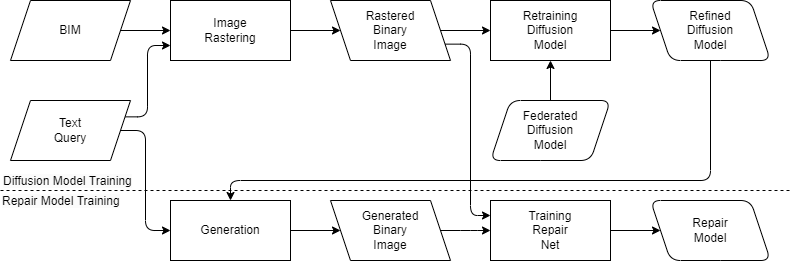
Before: images/repaired_binary_model_train.drawio.png, a diagram exported from draw.io (AI4SC/bim-diffusion-models). Source tidied: cells renumbered, new cells last; positions are measured from the earlier drawing's top-left corner, leaving out a move shared by most shapes.
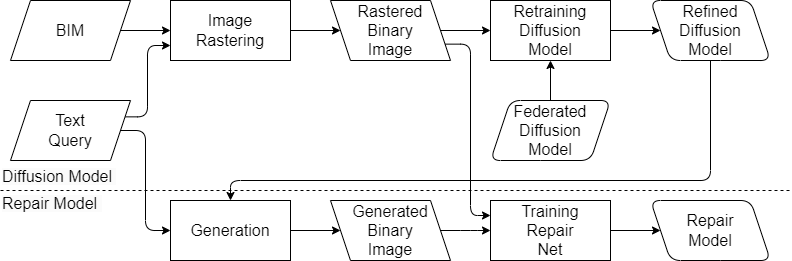
After the commit.

What changed in the source:
```diff
@@ -2,100 +2,100 @@
   <root>
     <mxCell id="0" />
     <mxCell id="1" parent="0" />
-    <mxCell id="2" style="edgeStyle=elbowEdgeStyle;html=1;exitX=1;exitY=0.25;exitDx=0;exitDy=0;entryX=0;entryY=0.75;entryDx=0;entryDy=0;" parent="1" edge="1" source="3" target="5">
+    <mxCell id="2" style="edgeStyle=elbowEdgeStyle;html=1;exitX=1;exitY=0.25;exitDx=0;exitDy=0;entryX=0;entryY=0.75;entryDx=0;entryDy=0;fontSize=16;" parent="1" edge="1" source="3" target="5">
       <mxGeometry relative="1" as="geometry" />
     </mxCell>
-    <mxCell id="3" value="Text&lt;br&gt;Query" style="shape=parallelogram;perimeter=parallelogramPerimeter;whiteSpace=wrap;html=1;fixedSize=1;" parent="1" vertex="1">
+    <mxCell id="3" value="Text&lt;br style=&quot;font-size: 16px;&quot;&gt;Query" style="shape=parallelogram;perimeter=parallelogramPerimeter;whiteSpace=wrap;html=1;fixedSize=1;fontSize=16;" parent="1" vertex="1">
       <mxGeometry x="10" y="100" width="120" height="60" as="geometry" />
     </mxCell>
-    <mxCell id="4" value="Rastered&lt;br&gt;Binary&lt;br&gt;Image" style="shape=parallelogram;perimeter=parallelogramPerimeter;whiteSpace=wrap;html=1;fixedSize=1;flipH=1;" parent="1" vertex="1">
+    <mxCell id="4" value="Rastered&lt;br style=&quot;font-size: 16px;&quot;&gt;Binary&lt;br style=&quot;font-size: 16px;&quot;&gt;Image" style="shape=parallelogram;perimeter=parallelogramPerimeter;whiteSpace=wrap;html=1;fixedSize=1;flipH=1;fontSize=16;" parent="1" vertex="1">
       <mxGeometry x="330" width="120" height="60" as="geometry" />
     </mxCell>
-    <mxCell id="5" value="Image&lt;br style=&quot;border-color: var(--border-color);&quot;&gt;Rastering" style="rounded=0;whiteSpace=wrap;html=1;" parent="1" vertex="1">
+    <mxCell id="5" value="Image&lt;br style=&quot;border-color: var(--border-color); font-size: 16px;&quot;&gt;Rastering" style="rounded=0;whiteSpace=wrap;html=1;fontSize=16;" parent="1" vertex="1">
       <mxGeometry x="170" width="120" height="60" as="geometry" />
     </mxCell>
-    <mxCell id="6" value="Refined&lt;br&gt;Diffusion&lt;br style=&quot;border-color: var(--border-color);&quot;&gt;Model" style="shape=parallelogram;perimeter=parallelogramPerimeter;whiteSpace=wrap;html=1;fixedSize=1;flipH=1;rounded=1;" parent="1" vertex="1">
+    <mxCell id="6" value="Refined&lt;br style=&quot;font-size: 16px;&quot;&gt;Diffusion&lt;br style=&quot;border-color: var(--border-color); font-size: 16px;&quot;&gt;Model" style="shape=parallelogram;perimeter=parallelogramPerimeter;whiteSpace=wrap;html=1;fixedSize=1;flipH=1;rounded=1;fontSize=16;" parent="1" vertex="1">
       <mxGeometry x="650" width="120" height="60" as="geometry" />
     </mxCell>
-    <mxCell id="7" value="Retraining&lt;br&gt;Diffusion&lt;br&gt;Model" style="rounded=0;whiteSpace=wrap;html=1;" parent="1" vertex="1">
+    <mxCell id="7" value="Retraining&lt;br style=&quot;font-size: 16px;&quot;&gt;Diffusion&lt;br style=&quot;font-size: 16px;&quot;&gt;Model" style="rounded=0;whiteSpace=wrap;html=1;fontSize=16;" parent="1" vertex="1">
       <mxGeometry x="490" width="120" height="60" as="geometry" />
     </mxCell>
-    <mxCell id="8" style="endArrow=classic;html=1;exitX=1;exitY=0.5;exitDx=0;exitDy=0;entryX=0;entryY=0.5;entryDx=0;entryDy=0;" parent="1" edge="1" source="4" target="7">
+    <mxCell id="8" style="endArrow=classic;html=1;exitX=1;exitY=0.5;exitDx=0;exitDy=0;entryX=0;entryY=0.5;entryDx=0;entryDy=0;fontSize=16;" parent="1" edge="1" source="4" target="7">
       <mxGeometry relative="1" as="geometry" />
     </mxCell>
-    <mxCell id="9" style="endArrow=classic;html=1;exitX=1;exitY=0.5;exitDx=0;exitDy=0;entryX=0;entryY=0.5;entryDx=0;entryDy=0;" parent="1" edge="1" source="5" target="4">
+    <mxCell id="9" style="endArrow=classic;html=1;exitX=1;exitY=0.5;exitDx=0;exitDy=0;entryX=0;entryY=0.5;entryDx=0;entryDy=0;fontSize=16;" parent="1" edge="1" source="5" target="4">
       <mxGeometry relative="1" as="geometry" />
     </mxCell>
-    <mxCell id="10" style="endArrow=classic;html=1;exitX=1;exitY=0.5;exitDx=0;exitDy=0;entryX=0;entryY=0.5;entryDx=0;entryDy=0;" parent="1" edge="1" source="7" target="6">
+    <mxCell id="10" style="endArrow=classic;html=1;exitX=1;exitY=0.5;exitDx=0;exitDy=0;entryX=0;entryY=0.5;entryDx=0;entryDy=0;fontSize=16;" parent="1" edge="1" source="7" target="6">
       <mxGeometry relative="1" as="geometry" />
     </mxCell>
-    <mxCell id="11" value="BIM" style="shape=parallelogram;perimeter=parallelogramPerimeter;whiteSpace=wrap;html=1;fixedSize=1;flipH=0;" parent="1" vertex="1">
+    <mxCell id="11" value="BIM" style="shape=parallelogram;perimeter=parallelogramPerimeter;whiteSpace=wrap;html=1;fixedSize=1;flipH=0;fontSize=16;" parent="1" vertex="1">
       <mxGeometry x="10" width="120" height="60" as="geometry" />
     </mxCell>
-    <mxCell id="12" style="edgeStyle=none;html=1;exitX=1;exitY=0.5;exitDx=0;exitDy=0;entryX=0;entryY=0.5;entryDx=0;entryDy=0;" parent="1" edge="1" source="11" target="5">
+    <mxCell id="12" style="edgeStyle=none;html=1;exitX=1;exitY=0.5;exitDx=0;exitDy=0;entryX=0;entryY=0.5;entryDx=0;entryDy=0;fontSize=16;" parent="1" edge="1" source="11" target="5">
       <mxGeometry relative="1" as="geometry" />
     </mxCell>
-    <mxCell id="13" style="endArrow=classic;html=1;exitX=0.5;exitY=0;exitDx=0;exitDy=0;" parent="1" edge="1" source="14">
+    <mxCell id="13" style="endArrow=classic;html=1;exitX=0.5;exitY=0;exitDx=0;exitDy=0;fontSize=16;" parent="1" edge="1" source="14">
       <mxGeometry relative="1" as="geometry">
         <mxPoint x="550" y="60" as="targetPoint" />
       </mxGeometry>
     </mxCell>
-    <mxCell id="14" value="Federated&lt;br&gt;Diffusion&lt;br style=&quot;border-color: var(--border-color);&quot;&gt;Model" style="shape=parallelogram;perimeter=parallelogramPerimeter;whiteSpace=wrap;html=1;fixedSize=1;flipH=0;rounded=1;" parent="13" vertex="1">
+    <mxCell id="14" value="Federated&lt;br style=&quot;font-size: 16px;&quot;&gt;Diffusion&lt;br style=&quot;border-color: var(--border-color); font-size: 16px;&quot;&gt;Model" style="shape=parallelogram;perimeter=parallelogramPerimeter;whiteSpace=wrap;html=1;fixedSize=1;flipH=0;rounded=1;fontSize=16;" parent="13" vertex="1">
       <mxGeometry x="600" y="240" width="120" height="60" as="geometry" />
     </mxCell>
-    <mxCell id="15" value="Repair&lt;br&gt;Model" style="shape=parallelogram;perimeter=parallelogramPerimeter;whiteSpace=wrap;html=1;fixedSize=1;flipH=1;rounded=1;" parent="1" vertex="1">
+    <mxCell id="15" value="Repair&lt;br style=&quot;font-size: 16px;&quot;&gt;Model" style="shape=parallelogram;perimeter=parallelogramPerimeter;whiteSpace=wrap;html=1;fixedSize=1;flipH=1;rounded=1;fontSize=16;" parent="1" vertex="1">
       <mxGeometry x="650" y="200" width="120" height="60" as="geometry" />
     </mxCell>
-    <mxCell id="16" value="Training&lt;br&gt;Repair&lt;br&gt;Net" style="rounded=0;whiteSpace=wrap;html=1;" parent="1" vertex="1">
+    <mxCell id="16" value="Training&lt;br style=&quot;font-size: 16px;&quot;&gt;Repair&lt;br style=&quot;font-size: 16px;&quot;&gt;Net" style="rounded=0;whiteSpace=wrap;html=1;fontSize=16;" parent="1" vertex="1">
       <mxGeometry x="490" y="200" width="120" height="60" as="geometry" />
     </mxCell>
-    <mxCell id="17" style="endArrow=classic;html=1;exitX=1;exitY=0.5;exitDx=0;exitDy=0;entryX=0;entryY=0.5;entryDx=0;entryDy=0;" parent="1" edge="1" source="16" target="15">
+    <mxCell id="17" style="endArrow=classic;html=1;exitX=1;exitY=0.5;exitDx=0;exitDy=0;entryX=0;entryY=0.5;entryDx=0;entryDy=0;fontSize=16;" parent="1" edge="1" source="16" target="15">
       <mxGeometry relative="1" as="geometry" />
     </mxCell>
-    <mxCell id="18" value="Generated&lt;br&gt;Binary&lt;br&gt;Image" style="shape=parallelogram;perimeter=parallelogramPerimeter;whiteSpace=wrap;html=1;fixedSize=1;flipH=1;" parent="1" vertex="1">
+    <mxCell id="18" value="Generated&lt;br style=&quot;font-size: 16px;&quot;&gt;Binary&lt;br style=&quot;font-size: 16px;&quot;&gt;Image" style="shape=parallelogram;perimeter=parallelogramPerimeter;whiteSpace=wrap;html=1;fixedSize=1;flipH=1;fontSize=16;" parent="1" vertex="1">
       <mxGeometry x="330" y="200" width="120" height="60" as="geometry" />
     </mxCell>
-    <mxCell id="19" value="Generation" style="rounded=0;whiteSpace=wrap;html=1;" parent="1" vertex="1">
+    <mxCell id="19" value="Generation" style="rounded=0;whiteSpace=wrap;html=1;fontSize=16;" parent="1" vertex="1">
       <mxGeometry x="170" y="200" width="120" height="60" as="geometry" />
     </mxCell>
-    <mxCell id="20" style="endArrow=classic;html=1;exitX=1;exitY=0.5;exitDx=0;exitDy=0;entryX=0;entryY=0.5;entryDx=0;entryDy=0;" parent="1" edge="1" source="19" target="18">
+    <mxCell id="20" style="endArrow=classic;html=1;exitX=1;exitY=0.5;exitDx=0;exitDy=0;entryX=0;entryY=0.5;entryDx=0;entryDy=0;fontSize=16;" parent="1" edge="1" source="19" target="18">
       <mxGeometry relative="1" as="geometry" />
     </mxCell>
-    <mxCell id="21" style="edgeStyle=elbowEdgeStyle;html=1;entryX=0;entryY=0.5;entryDx=0;entryDy=0;exitX=1;exitY=0.5;exitDx=0;exitDy=0;" parent="1" edge="1" source="3" target="19">
+    <mxCell id="21" style="edgeStyle=elbowEdgeStyle;html=1;entryX=0;entryY=0.5;entryDx=0;entryDy=0;exitX=1;exitY=0.5;exitDx=0;exitDy=0;fontSize=16;" parent="1" edge="1" source="3" target="19">
       <mxGeometry relative="1" as="geometry" />
     </mxCell>
-    <mxCell id="22" style="endArrow=classic;html=1;exitX=0.5;exitY=1;exitDx=0;exitDy=0;entryX=0.5;entryY=0;entryDx=0;entryDy=0;edgeStyle=elbowEdgeStyle;elbow=vertical;" parent="1" edge="1" source="6" target="19">
+    <mxCell id="22" style="endArrow=classic;html=1;exitX=0.5;exitY=1;exitDx=0;exitDy=0;entryX=0.5;entryY=0;entryDx=0;entryDy=0;edgeStyle=elbowEdgeStyle;elbow=vertical;fontSize=16;" parent="1" edge="1" source="6" target="19">
       <mxGeometry relative="1" as="geometry">
         <Array as="points">
           <mxPoint x="630" y="180" />
         </Array>
       </mxGeometry>
     </mxCell>
-    <mxCell id="23" style="endArrow=classic;html=1;exitX=1;exitY=0.5;exitDx=0;exitDy=0;edgeStyle=elbowEdgeStyle;entryX=0;entryY=0.5;entryDx=0;entryDy=0;" parent="1" edge="1" source="18" target="16">
+    <mxCell id="23" style="endArrow=classic;html=1;exitX=1;exitY=0.5;exitDx=0;exitDy=0;edgeStyle=elbowEdgeStyle;entryX=0;entryY=0.5;entryDx=0;entryDy=0;fontSize=16;" parent="1" edge="1" source="18" target="16">
       <mxGeometry relative="1" as="geometry">
         <Array as="points">
           <mxPoint x="470" y="230" />
         </Array>
       </mxGeometry>
     </mxCell>
-    <mxCell id="24" style="endArrow=classic;html=1;exitX=1;exitY=0.75;exitDx=0;exitDy=0;entryX=0;entryY=0.25;entryDx=0;entryDy=0;edgeStyle=elbowEdgeStyle;" parent="1" edge="1" source="4" target="16">
+    <mxCell id="24" style="endArrow=classic;html=1;exitX=1;exitY=0.75;exitDx=0;exitDy=0;entryX=0;entryY=0.25;entryDx=0;entryDy=0;edgeStyle=elbowEdgeStyle;fontSize=16;" parent="1" edge="1" source="4" target="16">
       <mxGeometry relative="1" as="geometry">
         <Array as="points">
           <mxPoint x="470" y="200" />
         </Array>
       </mxGeometry>
     </mxCell>
-    <mxCell id="25" style="endArrow=none;dashed=1;html=1;" parent="1" edge="1">
+    <mxCell id="25" style="endArrow=none;dashed=1;html=1;fontSize=16;" parent="1" edge="1">
       <mxGeometry relative="1" as="geometry">
         <mxPoint y="190" as="sourcePoint" />
         <mxPoint x="790" y="190" as="targetPoint" />
       </mxGeometry>
     </mxCell>
-    <mxCell id="26" value="&lt;span style=&quot;color: rgb(0, 0, 0); font-family: Helvetica; font-size: 12px; font-style: normal; font-variant-ligatures: normal; font-variant-caps: normal; font-weight: 400; letter-spacing: normal; orphans: 2; text-align: center; text-indent: 0px; text-transform: none; widows: 2; word-spacing: 0px; -webkit-text-stroke-width: 0px; background-color: rgb(251, 251, 251); text-decoration-thickness: initial; text-decoration-style: initial; text-decoration-color: initial; float: none; display: inline !important;&quot;&gt;Repair Model Training&lt;br&gt;&lt;/span&gt;" style="text;whiteSpace=wrap;html=1;" parent="1" vertex="1">
-      <mxGeometry y="187" width="130" height="30" as="geometry" />
+    <mxCell id="26" value="&lt;span style=&quot;color: rgb(0, 0, 0); font-family: Helvetica; font-size: 16px; font-style: normal; font-variant-ligatures: normal; font-variant-caps: normal; font-weight: 400; letter-spacing: normal; orphans: 2; text-align: center; text-indent: 0px; text-transform: none; widows: 2; word-spacing: 0px; -webkit-text-stroke-width: 0px; background-color: rgb(251, 251, 251); text-decoration-thickness: initial; text-decoration-style: initial; text-decoration-color: initial; float: none; display: inline !important;&quot;&gt;Repair Model&amp;nbsp;&lt;br style=&quot;font-size: 16px;&quot;&gt;&lt;/span&gt;" style="text;whiteSpace=wrap;html=1;fontSize=16;" parent="1" vertex="1">
+      <mxGeometry y="187" width="200" height="30" as="geometry" />
     </mxCell>
-    <mxCell id="27" value="&lt;span style=&quot;color: rgb(0, 0, 0); font-family: Helvetica; font-size: 12px; font-style: normal; font-variant-ligatures: normal; font-variant-caps: normal; font-weight: 400; letter-spacing: normal; orphans: 2; text-align: center; text-indent: 0px; text-transform: none; widows: 2; word-spacing: 0px; -webkit-text-stroke-width: 0px; background-color: rgb(251, 251, 251); text-decoration-thickness: initial; text-decoration-style: initial; text-decoration-color: initial; float: none; display: inline !important;&quot;&gt;Diffusion Model Training&lt;br&gt;&lt;/span&gt;" style="text;whiteSpace=wrap;html=1;" parent="1" vertex="1">
-      <mxGeometry x="1" y="167" width="150" height="20" as="geometry" />
+    <mxCell id="27" value="&lt;span style=&quot;color: rgb(0, 0, 0); font-family: Helvetica; font-size: 16px; font-style: normal; font-variant-ligatures: normal; font-variant-caps: normal; font-weight: 400; letter-spacing: normal; orphans: 2; text-align: center; text-indent: 0px; text-transform: none; widows: 2; word-spacing: 0px; -webkit-text-stroke-width: 0px; background-color: rgb(251, 251, 251); text-decoration-thickness: initial; text-decoration-style: initial; text-decoration-color: initial; float: none; display: inline !important;&quot;&gt;Diffusion Model&amp;nbsp;&lt;br style=&quot;font-size: 16px;&quot;&gt;&lt;/span&gt;" style="text;whiteSpace=wrap;html=1;fontSize=16;" parent="1" vertex="1">
+      <mxGeometry y="160" width="200" height="20" as="geometry" />
     </mxCell>
   </root>
 </mxGraphModel>
```
